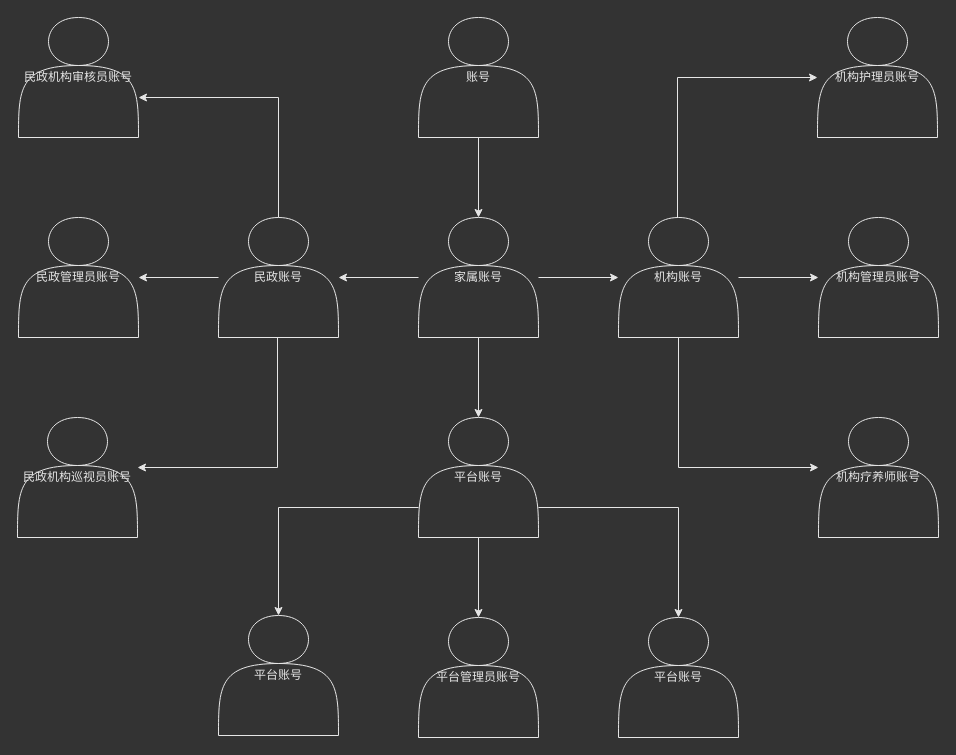
This is src/work/wyjz/daqinggu/account_overview.drawio from ab-doc/draw.io, a draw.io file, before an edit. Source tidied: cells renumbered, new cells numbered last; positions are measured from the earlier drawing's top-left corner, leaving out a move shared by most shapes. Both pictures are drawn from the tidied source at 100%, with x=0, y=0 at pixel (17, 17).
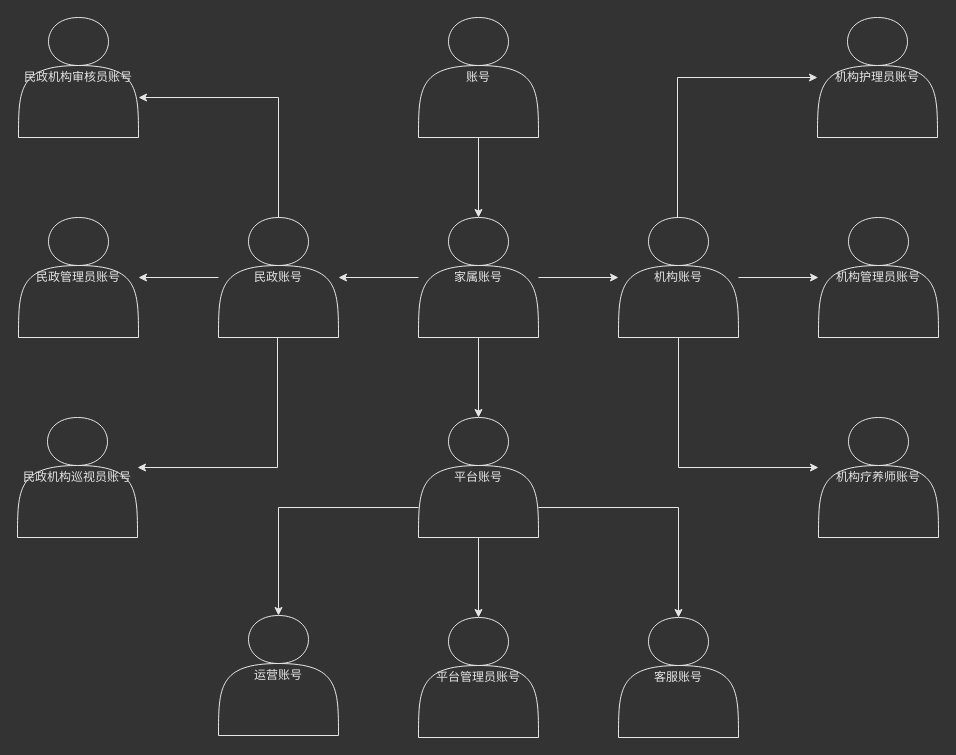
The same page after the edit.

What changed in the source:
```diff
@@
-    <mxCell id="27" value="&lt;font color=&quot;#e6e6e6&quot;&gt;平台账号&lt;/font&gt;" style="shape=actor;whiteSpace=wrap;html=1;fillColor=none;strokeColor=#E6E6E6;" parent="1" vertex="1">
+    <mxCell id="27" value="&lt;font color=&quot;#e6e6e6&quot;&gt;运营账号&lt;/font&gt;" style="shape=actor;whiteSpace=wrap;html=1;fillColor=none;strokeColor=#E6E6E6;" parent="1" vertex="1">
       <mxGeometry x="201" y="598" width="120" height="120" as="geometry" />
     </mxCell>
-    <mxCell id="28" value="&lt;font color=&quot;#e6e6e6&quot;&gt;平台账号&lt;/font&gt;" style="shape=actor;whiteSpace=wrap;html=1;fillColor=none;strokeColor=#E6E6E6;" parent="1" vertex="1">
+    <mxCell id="28" value="&lt;font color=&quot;#e6e6e6&quot;&gt;客服账号&lt;/font&gt;" style="shape=actor;whiteSpace=wrap;html=1;fillColor=none;strokeColor=#E6E6E6;" parent="1" vertex="1">
       <mxGeometry x="601" y="600" width="120" height="120" as="geometry" />
     </mxCell>
```
